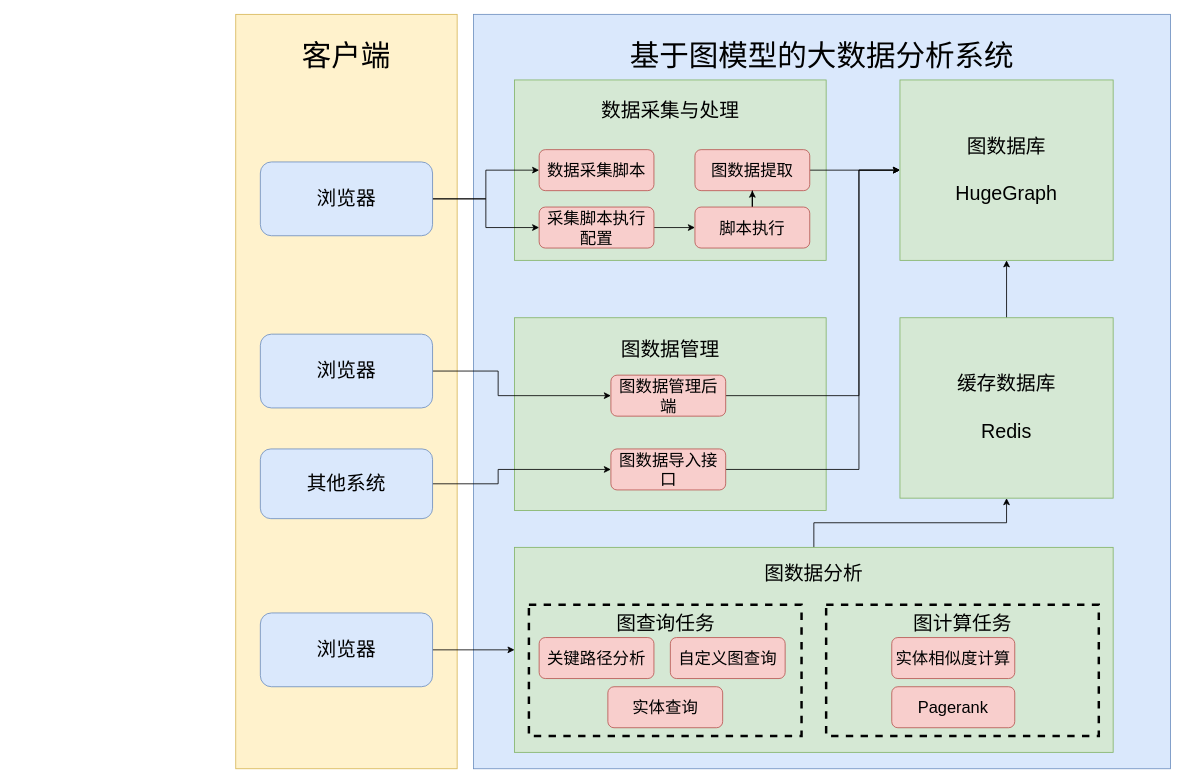
The draw.io diagram 老婆系统架构图.drawio in EricTao2/images-repository, before the edit. Source tidied: cells renumbered, new cells numbered last; positions are measured from the earlier drawing's top-left corner, leaving out a move shared by most shapes. Both pictures are drawn from the tidied source at 82%, with x=0, y=0 at pixel (235, 14).
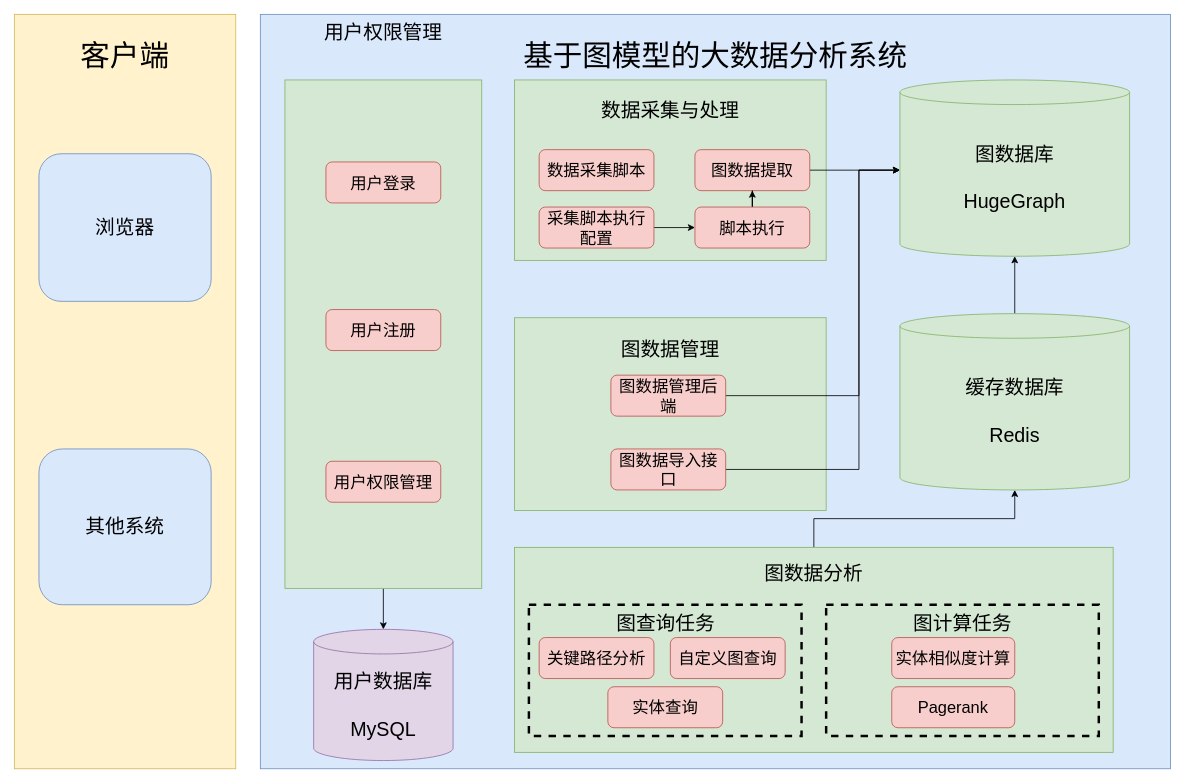
The same page after the edit.

Commit message (it also covers changes not shown here):
更新老婆系统架构图.drawio

The change refers to these unchanged cells:
```xml
<mxCell id="5" value="&lt;font style=&quot;font-size: 20px;&quot;&gt;数据采集脚本&lt;/font&gt;" style="rounded=1;whiteSpace=wrap;html=1;fillColor=#f8cecc;strokeColor=#b85450;fontSize=20;" parent="1" vertex="1">
  <mxGeometry x="370" y="165" width="140" height="50" as="geometry" />
</mxCell>
<mxCell id="7" value="&lt;font style=&quot;&quot;&gt;&lt;font style=&quot;font-size: 24px;&quot;&gt;图数据分析&lt;br&gt;&lt;br&gt;&lt;br&gt;&lt;br&gt;&lt;br&gt;&lt;br&gt;&lt;br&gt;&lt;/font&gt;&lt;br&gt;&lt;/font&gt;" style="rounded=0;whiteSpace=wrap;html=1;fillColor=#d5e8d4;strokeColor=#82b366;" parent="1" vertex="1">
  <mxGeometry x="340" y="650" width="730" height="250" as="geometry" />
</mxCell>
<mxCell id="10" value="图数据提取" style="rounded=1;whiteSpace=wrap;html=1;fillColor=#f8cecc;strokeColor=#b85450;fontSize=20;" parent="1" vertex="1">
  <mxGeometry x="560" y="165" width="140" height="50" as="geometry" />
</mxCell>
<mxCell id="13" value="&lt;font style=&quot;font-size: 20px;&quot;&gt;图数据管理后端&lt;/font&gt;" style="rounded=1;whiteSpace=wrap;html=1;fillColor=#f8cecc;strokeColor=#b85450;fontSize=20;" parent="1" vertex="1">
  <mxGeometry x="457.5" y="440" width="140" height="50" as="geometry" />
</mxCell>
<mxCell id="15" value="&lt;font style=&quot;font-size: 20px;&quot;&gt;采集脚本执行配置&lt;/font&gt;" style="rounded=1;whiteSpace=wrap;html=1;fillColor=#f8cecc;strokeColor=#b85450;fontSize=20;" parent="1" vertex="1">
  <mxGeometry x="370" y="235" width="140" height="50" as="geometry" />
</mxCell>
<mxCell id="27" value="&lt;font style=&quot;font-size: 20px;&quot;&gt;图数据导入接口&lt;/font&gt;" style="rounded=1;whiteSpace=wrap;html=1;fillColor=#f8cecc;strokeColor=#b85450;fontSize=20;" parent="1" vertex="1">
  <mxGeometry x="457.5" y="530" width="140" height="50" as="geometry" />
</mxCell>
```

Change to the diagram source:
```diff
@@
     <mxCell id="2" value="&lt;font face=&quot;宋体&quot; style=&quot;font-size: 36px;&quot;&gt;客户端&lt;br&gt;&lt;br&gt;&lt;br&gt;&lt;br&gt;&lt;br&gt;&lt;br&gt;&lt;br&gt;&lt;br&gt;&lt;br&gt;&lt;br&gt;&lt;br&gt;&lt;br&gt;&lt;br&gt;&lt;br&gt;&lt;br&gt;&lt;br&gt;&lt;br&gt;&lt;br&gt;&lt;br&gt;&lt;br&gt;&lt;/font&gt;" style="rounded=0;whiteSpace=wrap;html=1;fillColor=#fff2cc;strokeColor=#d6b656;" parent="1" vertex="1">
-      <mxGeometry width="270" height="920" as="geometry" />
+      <mxGeometry x="-270" width="270" height="920" as="geometry" />
     </mxCell>
     <mxCell id="3" value="&lt;font style=&quot;font-size: 36px;&quot;&gt;&lt;span style=&quot;font-family: 宋体;&quot;&gt;基于图模型的大数据分析系统&lt;br&gt;&lt;br&gt;&lt;br&gt;&lt;br&gt;&lt;br&gt;&lt;br&gt;&lt;br&gt;&lt;br&gt;&lt;br&gt;&lt;br&gt;&lt;br&gt;&lt;br&gt;&lt;br&gt;&lt;br&gt;&lt;br&gt;&lt;br&gt;&lt;br&gt;&lt;br&gt;&lt;br&gt;&lt;br&gt;&lt;/span&gt;&lt;/font&gt;" style="rounded=0;whiteSpace=wrap;html=1;fillColor=#dae8fc;strokeColor=#6c8ebf;arcSize=15;" parent="1" vertex="1">
-      <mxGeometry x="290" width="850" height="920" as="geometry" />
+      <mxGeometry x="30" width="1110" height="920" as="geometry" />
     </mxCell>
@@
-    <mxCell id="6" style="edgeStyle=orthogonalEdgeStyle;rounded=0;jettySize=auto;html=1;exitX=0.5;exitY=0;exitDx=0;exitDy=0;entryX=0.5;entryY=1;entryDx=0;entryDy=0;" parent="1" edge="1" source="7" target="36">
+    <mxCell id="6" style="edgeStyle=orthogonalEdgeStyle;rounded=0;jettySize=auto;html=1;exitX=0.5;exitY=0;exitDx=0;exitDy=0;entryX=0.5;entryY=1;entryDx=0;entryDy=0;entryPerimeter=0;" parent="1" edge="1" source="7" target="36">
       <mxGeometry relative="1" as="geometry" />
     </mxCell>
@@
-    <mxCell id="9" style="edgeStyle=orthogonalEdgeStyle;rounded=0;jettySize=auto;html=1;exitX=1;exitY=0.5;exitDx=0;exitDy=0;entryX=0;entryY=0.5;entryDx=0;entryDy=0;" parent="1" edge="1" source="10" target="25">
-      <mxGeometry relative="1" as="geometry" />
+    <mxCell id="9" style="edgeStyle=orthogonalEdgeStyle;rounded=0;jettySize=auto;html=1;exitX=1;exitY=0.5;exitDx=0;exitDy=0;entryX=0;entryY=0.5;entryDx=0;entryDy=0;" parent="1" edge="1" source="10">
+      <mxGeometry relative="1" as="geometry">
+        <mxPoint x="810" y="190" as="targetPoint" />
+      </mxGeometry>
     </mxCell>
@@
-    <mxCell id="12" style="edgeStyle=orthogonalEdgeStyle;rounded=0;jettySize=auto;html=1;exitX=1;exitY=0.5;exitDx=0;exitDy=0;entryX=0;entryY=0.5;entryDx=0;entryDy=0;" parent="1" edge="1" source="13" target="25">
+    <mxCell id="12" style="edgeStyle=orthogonalEdgeStyle;rounded=0;jettySize=auto;html=1;exitX=1;exitY=0.5;exitDx=0;exitDy=0;entryX=0;entryY=0.5;entryDx=0;entryDy=0;" parent="1" edge="1" source="13">
       <mxGeometry relative="1" as="geometry">
+        <mxPoint x="810" y="190" as="targetPoint" />
         <Array as="points">
           <mxPoint x="760" y="465" />
           <mxPoint x="760" y="190" />
         </Array>
       </mxGeometry>
     </mxCell>
@@
-    <mxCell id="16" style="edgeStyle=orthogonalEdgeStyle;rounded=0;jettySize=auto;html=1;exitX=1;exitY=0.5;exitDx=0;exitDy=0;entryX=0;entryY=0.5;entryDx=0;entryDy=0;" parent="1" edge="1" source="17" target="13">
-      <mxGeometry relative="1" as="geometry">
-        <Array as="points">
-          <mxPoint x="320" y="435" />
-          <mxPoint x="320" y="465" />
-        </Array>
-      </mxGeometry>
-    </mxCell>
     <mxCell id="17" value="&lt;font style=&quot;font-size: 24px;&quot;&gt;浏览器&lt;br&gt;&lt;/font&gt;" style="rounded=1;whiteSpace=wrap;html=1;fillColor=#dae8fc;strokeColor=#6c8ebf;" parent="1" vertex="1">
-      <mxGeometry x="30" y="390" width="210" height="90" as="geometry" />
+      <mxGeometry x="-240" y="170" width="210" height="180" as="geometry" />
     </mxCell>
-    <mxCell id="18" style="edgeStyle=orthogonalEdgeStyle;rounded=0;jettySize=auto;html=1;exitX=1;exitY=0.5;exitDx=0;exitDy=0;entryX=0;entryY=0.5;entryDx=0;entryDy=0;" parent="1" edge="1" source="19" target="27">
-      <mxGeometry relative="1" as="geometry">
-        <Array as="points">
-          <mxPoint x="320" y="573" />
-          <mxPoint x="320" y="555" />
-        </Array>
-      </mxGeometry>
-    </mxCell>
     <mxCell id="19" value="&lt;font style=&quot;font-size: 24px;&quot;&gt;其他系统&lt;br&gt;&lt;/font&gt;" style="rounded=1;whiteSpace=wrap;html=1;fillColor=#dae8fc;strokeColor=#6c8ebf;" parent="1" vertex="1">
-      <mxGeometry x="30" y="530" width="210" height="85" as="geometry" />
+      <mxGeometry x="-240" y="530" width="210" height="190" as="geometry" />
     </mxCell>
-    <mxCell id="20" style="edgeStyle=orthogonalEdgeStyle;rounded=0;jettySize=auto;html=1;exitX=1;exitY=0.5;exitDx=0;exitDy=0;" parent="1" edge="1" source="22" target="5">
-      <mxGeometry relative="1" as="geometry" />
-    </mxCell>
-    <mxCell id="21" style="edgeStyle=orthogonalEdgeStyle;rounded=0;jettySize=auto;html=1;exitX=1;exitY=0.5;exitDx=0;exitDy=0;entryX=0;entryY=0.5;entryDx=0;entryDy=0;" parent="1" edge="1" source="22" target="15">
-      <mxGeometry relative="1" as="geometry" />
-    </mxCell>
-    <mxCell id="22" value="&lt;font style=&quot;font-size: 24px;&quot;&gt;浏览器&lt;br&gt;&lt;/font&gt;" style="rounded=1;whiteSpace=wrap;html=1;fillColor=#dae8fc;strokeColor=#6c8ebf;" parent="1" vertex="1">
-      <mxGeometry x="30" y="180" width="210" height="90" as="geometry" />
-    </mxCell>
@@
-    <mxCell id="25" value="&lt;font style=&quot;&quot;&gt;&lt;font style=&quot;font-size: 24px;&quot;&gt;图数据库&lt;br&gt;&lt;br&gt;&lt;/font&gt;&lt;font style=&quot;font-size: 24px;&quot;&gt;HugeGraph&lt;/font&gt;&lt;br&gt;&lt;/font&gt;" style="rounded=0;whiteSpace=wrap;html=1;fillColor=#d5e8d4;strokeColor=#82b366;" parent="1" vertex="1">
-      <mxGeometry x="810" y="80" width="260" height="220" as="geometry" />
-    </mxCell>
-    <mxCell id="26" style="edgeStyle=orthogonalEdgeStyle;rounded=0;jettySize=auto;html=1;exitX=1;exitY=0.5;exitDx=0;exitDy=0;entryX=0;entryY=0.5;entryDx=0;entryDy=0;" parent="1" edge="1" source="27" target="25">
+    <mxCell id="26" style="edgeStyle=orthogonalEdgeStyle;rounded=0;jettySize=auto;html=1;exitX=1;exitY=0.5;exitDx=0;exitDy=0;entryX=0;entryY=0.5;entryDx=0;entryDy=0;" parent="1" edge="1" source="27">
       <mxGeometry relative="1" as="geometry">
+        <mxPoint x="810" y="190" as="targetPoint" />
         <Array as="points">
           <mxPoint x="760" y="555" />
           <mxPoint x="760" y="190" />
         </Array>
       </mxGeometry>
     </mxCell>
@@
+    <mxCell id="39" style="edgeStyle=orthogonalEdgeStyle;rounded=0;jettySize=auto;html=1;exitX=0.5;exitY=1;exitDx=0;exitDy=0;" parent="1" edge="1" source="40" target="43">
+      <mxGeometry relative="1" as="geometry" />
+    </mxCell>
+    <mxCell id="40" value="&lt;font style=&quot;&quot;&gt;&lt;font style=&quot;font-size: 24px;&quot;&gt;用户权限管理&lt;br&gt;&lt;br&gt;&lt;br&gt;&lt;br&gt;&lt;br&gt;&lt;br&gt;&lt;br&gt;&lt;br&gt;&lt;br&gt;&lt;br&gt;&lt;br&gt;&lt;br&gt;&lt;br&gt;&lt;br&gt;&lt;br&gt;&lt;br&gt;&lt;br&gt;&lt;br&gt;&lt;br&gt;&lt;br&gt;&lt;br&gt;&lt;br&gt;&lt;br&gt;&lt;br&gt;&lt;br&gt;&lt;br&gt;&lt;/font&gt;&lt;br&gt;&lt;/font&gt;" style="rounded=0;whiteSpace=wrap;html=1;fillColor=#d5e8d4;strokeColor=#82b366;" parent="1" vertex="1">
+      <mxGeometry x="60" y="80" width="240" height="620" as="geometry" />
+    </mxCell>
+    <mxCell id="41" value="用户登录" style="rounded=1;whiteSpace=wrap;html=1;fillColor=#f8cecc;strokeColor=#b85450;fontSize=20;" parent="1" vertex="1">
+      <mxGeometry x="110" y="180" width="140" height="50" as="geometry" />
+    </mxCell>
+    <mxCell id="42" value="用户注册" style="rounded=1;whiteSpace=wrap;html=1;fillColor=#f8cecc;strokeColor=#b85450;fontSize=20;" parent="1" vertex="1">
+      <mxGeometry x="110" y="360" width="140" height="50" as="geometry" />
+    </mxCell>
+    <mxCell id="25" value="&lt;font style=&quot;border-color: var(--border-color); font-size: 24px;&quot;&gt;图数据库&lt;br style=&quot;border-color: var(--border-color);&quot;&gt;&lt;br style=&quot;border-color: var(--border-color);&quot;&gt;&lt;/font&gt;&lt;font style=&quot;border-color: var(--border-color); font-size: 24px;&quot;&gt;HugeGraph&lt;/font&gt;" style="shape=cylinder3;whiteSpace=wrap;html=1;boundedLbl=1;backgroundOutline=1;size=15;fillColor=#d5e8d4;strokeColor=#82b366;" parent="1" vertex="1">
+      <mxGeometry x="810" y="80" width="280" height="215" as="geometry" />
+    </mxCell>
-    <mxCell id="35" style="edgeStyle=orthogonalEdgeStyle;rounded=0;jettySize=auto;html=1;exitX=0.5;exitY=0;exitDx=0;exitDy=0;entryX=0.5;entryY=1;entryDx=0;entryDy=0;" parent="1" edge="1" source="36" target="25">
+    <mxCell id="35" style="edgeStyle=orthogonalEdgeStyle;rounded=0;jettySize=auto;html=1;exitX=0.5;exitY=0;exitDx=0;exitDy=0;exitPerimeter=0;entryX=0.5;entryY=1;entryDx=0;entryDy=0;entryPerimeter=0;" parent="1" edge="1" source="36" target="25">
       <mxGeometry relative="1" as="geometry" />
     </mxCell>
-    <mxCell id="36" value="&lt;font style=&quot;&quot;&gt;&lt;font style=&quot;font-size: 24px;&quot;&gt;缓存数据库&lt;br&gt;&lt;br&gt;&lt;/font&gt;&lt;font style=&quot;font-size: 24px;&quot;&gt;Redis&lt;/font&gt;&lt;br&gt;&lt;/font&gt;" style="rounded=0;whiteSpace=wrap;html=1;fillColor=#d5e8d4;strokeColor=#82b366;" parent="1" vertex="1">
-      <mxGeometry x="810" y="370" width="260" height="220" as="geometry" />
+    <mxCell id="36" value="&lt;font style=&quot;border-color: var(--border-color); font-size: 24px;&quot;&gt;缓存数据库&lt;br style=&quot;border-color: var(--border-color);&quot;&gt;&lt;br style=&quot;border-color: var(--border-color);&quot;&gt;&lt;/font&gt;&lt;font style=&quot;border-color: var(--border-color); font-size: 24px;&quot;&gt;Redis&lt;/font&gt;" style="shape=cylinder3;whiteSpace=wrap;html=1;boundedLbl=1;backgroundOutline=1;size=15;fillColor=#d5e8d4;strokeColor=#82b366;" parent="1" vertex="1">
+      <mxGeometry x="810" y="365" width="280" height="215" as="geometry" />
     </mxCell>
-    <mxCell id="37" style="edgeStyle=orthogonalEdgeStyle;rounded=0;jettySize=auto;html=1;exitX=1;exitY=0.5;exitDx=0;exitDy=0;entryX=0;entryY=0.5;entryDx=0;entryDy=0;" parent="1" edge="1" source="38" target="7">
-      <mxGeometry relative="1" as="geometry" />
-    </mxCell>
-    <mxCell id="38" value="&lt;font style=&quot;font-size: 24px;&quot;&gt;浏览器&lt;br&gt;&lt;/font&gt;" style="rounded=1;whiteSpace=wrap;html=1;fillColor=#dae8fc;strokeColor=#6c8ebf;" parent="1" vertex="1">
-      <mxGeometry x="30" y="730" width="210" height="90" as="geometry" />
-    </mxCell>
+    <mxCell id="43" value="&lt;span style=&quot;font-size: 24px;&quot;&gt;用户数据库&lt;br&gt;&lt;/span&gt;&lt;font style=&quot;font-size: 24px;&quot;&gt;&lt;br&gt;MySQL&lt;/font&gt;" style="shape=cylinder3;whiteSpace=wrap;html=1;boundedLbl=1;backgroundOutline=1;size=15;fillColor=#e1d5e7;strokeColor=#9673a6;" parent="1" vertex="1">
+      <mxGeometry x="95" y="750" width="170" height="160" as="geometry" />
+    </mxCell>
+    <mxCell id="44" value="用户权限管理" style="rounded=1;whiteSpace=wrap;html=1;fillColor=#f8cecc;strokeColor=#b85450;fontSize=20;" parent="1" vertex="1">
+      <mxGeometry x="110" y="545" width="140" height="50" as="geometry" />
+    </mxCell>
```
